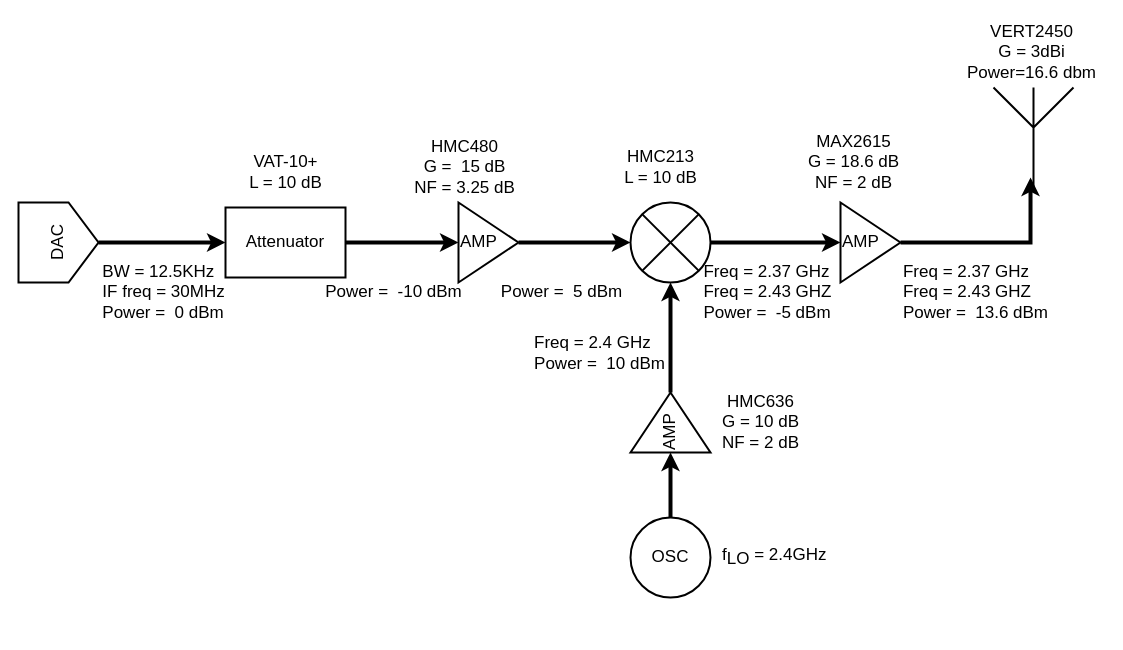
Before: transmitter.drawio in chenbin234/MCC125-Wireless-link-project, a draw.io diagram. Source tidied: cells renumbered, new cells numbered last; positions are measured from the earlier drawing's top-left corner, leaving out a move shared by most shapes. Both pictures are drawn from the tidied source at 100%, with x=0, y=0 at pixel (18, 17).
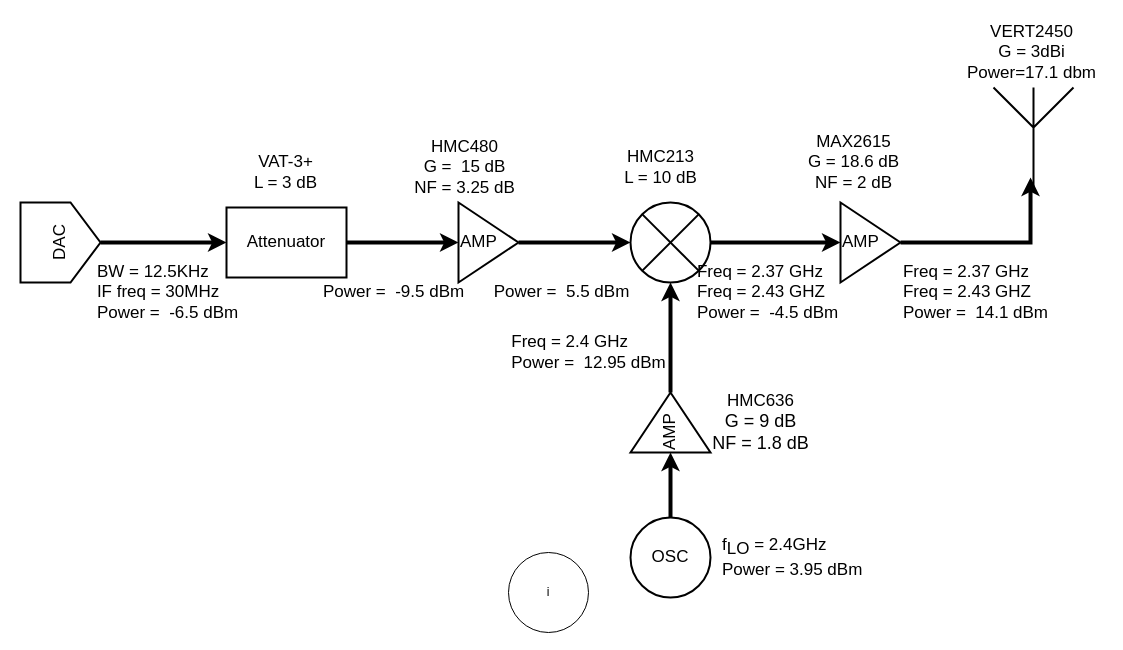
The same diagram, later.

Change to the diagram source:
```diff
@@
     <mxCell id="14" value="&lt;font style=&quot;font-size: 17px;&quot;&gt;DAC&lt;/font&gt;" style="shape=offPageConnector;whiteSpace=wrap;html=1;rotation=-90;strokeWidth=2;horizontal=1;verticalAlign=middle;fontSize=17;" parent="1" vertex="1">
-      <mxGeometry y="185" width="80" height="80" as="geometry" />
+      <mxGeometry x="2" y="185" width="80" height="80" as="geometry" />
     </mxCell>
-    <mxCell id="15" value="&lt;font style=&quot;font-size: 17px;&quot;&gt;f&lt;sub style=&quot;font-size: 17px;&quot;&gt;LO&lt;/sub&gt; = 2.4GHz&lt;/font&gt;" style="text;html=1;align=left;verticalAlign=middle;strokeColor=none;fillColor=none;fontSize=17;" parent="1" vertex="1">
-      <mxGeometry x="702" y="520" width="130" height="40" as="geometry" />
+    <mxCell id="15" value="&lt;font style=&quot;font-size: 17px;&quot;&gt;f&lt;sub style=&quot;font-size: 17px;&quot;&gt;LO&lt;/sub&gt; = 2.4GHz&lt;br&gt;Power = 3.95 dBm&lt;br&gt;&lt;/font&gt;" style="text;html=1;align=left;verticalAlign=middle;strokeColor=none;fillColor=none;fontSize=17;" parent="1" vertex="1">
+      <mxGeometry x="702" y="510" width="160" height="60" as="geometry" />
     </mxCell>
-    <mxCell id="16" value="&lt;div style=&quot;text-align: left; font-size: 17px;&quot;&gt;&lt;span style=&quot;background-color: initial; font-size: 17px;&quot;&gt;&lt;font style=&quot;font-size: 17px;&quot;&gt;BW = 12.5KHz&lt;/font&gt;&lt;/span&gt;&lt;/div&gt;&lt;div style=&quot;text-align: left; font-size: 17px;&quot;&gt;&lt;span style=&quot;background-color: initial; font-size: 17px;&quot;&gt;&lt;font style=&quot;font-size: 17px;&quot;&gt;IF freq = 30MHz&lt;/font&gt;&lt;/span&gt;&lt;/div&gt;&lt;div style=&quot;text-align: left; font-size: 17px;&quot;&gt;&lt;span style=&quot;background-color: initial; font-size: 17px;&quot;&gt;&lt;font style=&quot;font-size: 17px;&quot;&gt;Power =&amp;nbsp; 0 dBm&lt;/font&gt;&lt;/span&gt;&lt;/div&gt;" style="text;html=1;align=center;verticalAlign=middle;strokeColor=none;fillColor=none;fontSize=17;" parent="1" vertex="1">
-      <mxGeometry x="70" y="240" width="150" height="70" as="geometry" />
+    <mxCell id="16" value="&lt;div style=&quot;text-align: left; font-size: 17px;&quot;&gt;&lt;span style=&quot;background-color: initial; font-size: 17px;&quot;&gt;&lt;font style=&quot;font-size: 17px;&quot;&gt;BW = 12.5KHz&lt;/font&gt;&lt;/span&gt;&lt;/div&gt;&lt;div style=&quot;text-align: left; font-size: 17px;&quot;&gt;&lt;span style=&quot;background-color: initial; font-size: 17px;&quot;&gt;&lt;font style=&quot;font-size: 17px;&quot;&gt;IF freq = 30MHz&lt;/font&gt;&lt;/span&gt;&lt;/div&gt;&lt;div style=&quot;text-align: left; font-size: 17px;&quot;&gt;&lt;span style=&quot;background-color: initial; font-size: 17px;&quot;&gt;&lt;font style=&quot;font-size: 17px;&quot;&gt;Power =&amp;nbsp; -6.5 dBm&lt;/font&gt;&lt;/span&gt;&lt;/div&gt;" style="text;html=1;align=center;verticalAlign=middle;strokeColor=none;fillColor=none;fontSize=17;" parent="1" vertex="1">
+      <mxGeometry x="69" y="240" width="160" height="70" as="geometry" />
     </mxCell>
-    <mxCell id="17" value="&lt;div style=&quot;text-align: left; font-size: 17px;&quot;&gt;&lt;span style=&quot;background-color: initial; font-size: 17px;&quot;&gt;Freq = 2.37 GHz&lt;/span&gt;&lt;/div&gt;&lt;div style=&quot;text-align: left; font-size: 17px;&quot;&gt;&lt;span style=&quot;background-color: initial; font-size: 17px;&quot;&gt;Freq = 2.43 GHZ&lt;/span&gt;&lt;/div&gt;&lt;div style=&quot;text-align: left; font-size: 17px;&quot;&gt;&lt;span style=&quot;background-color: initial; font-size: 17px;&quot;&gt;&lt;font style=&quot;font-size: 17px;&quot;&gt;Power =&amp;nbsp; -5 dBm&lt;/font&gt;&lt;/span&gt;&lt;/div&gt;" style="text;html=1;align=center;verticalAlign=middle;strokeColor=none;fillColor=none;fontSize=17;" parent="1" vertex="1">
-      <mxGeometry x="674" y="240" width="150" height="70" as="geometry" />
+    <mxCell id="17" value="&lt;div style=&quot;text-align: left; font-size: 17px;&quot;&gt;&lt;span style=&quot;background-color: initial; font-size: 17px;&quot;&gt;Freq = 2.37 GHz&lt;/span&gt;&lt;/div&gt;&lt;div style=&quot;text-align: left; font-size: 17px;&quot;&gt;&lt;span style=&quot;background-color: initial; font-size: 17px;&quot;&gt;Freq = 2.43 GHZ&lt;/span&gt;&lt;/div&gt;&lt;div style=&quot;text-align: left; font-size: 17px;&quot;&gt;&lt;span style=&quot;background-color: initial; font-size: 17px;&quot;&gt;&lt;font style=&quot;font-size: 17px;&quot;&gt;Power =&amp;nbsp; -4.5 dBm&lt;/font&gt;&lt;/span&gt;&lt;/div&gt;" style="text;html=1;align=center;verticalAlign=middle;strokeColor=none;fillColor=none;fontSize=17;" parent="1" vertex="1">
+      <mxGeometry x="669" y="240" width="160" height="70" as="geometry" />
     </mxCell>
-    <mxCell id="18" value="HMC636&lt;br style=&quot;font-size: 17px;&quot;&gt;G = 10 dB&lt;br style=&quot;font-size: 17px;&quot;&gt;NF = 2 dB" style="text;html=1;align=center;verticalAlign=middle;strokeColor=none;fillColor=none;fontSize=17;" parent="1" vertex="1">
-      <mxGeometry x="692" y="370" width="100" height="70" as="geometry" />
+    <mxCell id="18" value="HMC636&lt;br style=&quot;border-color: var(--border-color); font-size: 18px;&quot;&gt;&lt;span style=&quot;font-size: 18px;&quot;&gt;G = 9 dB&lt;/span&gt;&lt;br style=&quot;border-color: var(--border-color); font-size: 18px;&quot;&gt;&lt;span style=&quot;font-size: 18px;&quot;&gt;NF = 1.8 dB&lt;/span&gt;" style="text;html=1;align=center;verticalAlign=middle;strokeColor=none;fillColor=none;fontSize=17;" parent="1" vertex="1">
+      <mxGeometry x="682" y="365" width="120" height="80" as="geometry" />
     </mxCell>
@@
-    <mxCell id="20" value="&lt;font style=&quot;font-size: 17px;&quot;&gt;VERT2450&lt;br style=&quot;font-size: 17px;&quot;&gt;G = 3dBi&lt;br&gt;Power=16.6 dbm&lt;br&gt;&lt;/font&gt;" style="text;html=1;align=center;verticalAlign=middle;strokeColor=none;fillColor=none;fontSize=17;" parent="1" vertex="1">
+    <mxCell id="20" value="&lt;font style=&quot;font-size: 17px;&quot;&gt;VERT2450&lt;br style=&quot;font-size: 17px;&quot;&gt;G = 3dBi&lt;br&gt;Power=17.1 dbm&lt;br&gt;&lt;/font&gt;" style="text;html=1;align=center;verticalAlign=middle;strokeColor=none;fillColor=none;fontSize=17;" parent="1" vertex="1">
       <mxGeometry x="938" width="150" height="70" as="geometry" />
     </mxCell>
@@
     <mxCell id="24" value="&lt;font style=&quot;font-size: 17px;&quot;&gt;Attenuator&lt;/font&gt;" style="rounded=0;whiteSpace=wrap;html=1;fontSize=17;strokeWidth=2;" parent="1" vertex="1">
-      <mxGeometry x="207" y="190" width="120" height="70" as="geometry" />
+      <mxGeometry x="208" y="190" width="120" height="70" as="geometry" />
     </mxCell>
-    <mxCell id="25" value="VAT-10+&lt;br style=&quot;font-size: 17px;&quot;&gt;L = 10 dB" style="text;html=1;align=center;verticalAlign=middle;strokeColor=none;fillColor=none;fontSize=17;" parent="1" vertex="1">
-      <mxGeometry x="217" y="130" width="100" height="50" as="geometry" />
+    <mxCell id="25" value="VAT-3+&lt;br style=&quot;font-size: 17px;&quot;&gt;L = 3 dB" style="text;html=1;align=center;verticalAlign=middle;strokeColor=none;fillColor=none;fontSize=17;" parent="1" vertex="1">
+      <mxGeometry x="222" y="130" width="90" height="50" as="geometry" />
     </mxCell>
-    <mxCell id="26" value="&lt;div style=&quot;text-align: left; font-size: 17px;&quot;&gt;&lt;span style=&quot;background-color: initial; font-size: 17px;&quot;&gt;Power =&amp;nbsp; 5 dBm&lt;/span&gt;&lt;br style=&quot;font-size: 17px;&quot;&gt;&lt;/div&gt;" style="text;html=1;align=center;verticalAlign=middle;strokeColor=none;fillColor=none;fontSize=17;" parent="1" vertex="1">
-      <mxGeometry x="473" y="260" width="140" height="30" as="geometry" />
+    <mxCell id="26" value="&lt;div style=&quot;text-align: left; font-size: 17px;&quot;&gt;&lt;span style=&quot;background-color: initial; font-size: 17px;&quot;&gt;Power =&amp;nbsp; 5.5 dBm&lt;/span&gt;&lt;br style=&quot;font-size: 17px;&quot;&gt;&lt;/div&gt;" style="text;html=1;align=center;verticalAlign=middle;strokeColor=none;fillColor=none;fontSize=17;" parent="1" vertex="1">
+      <mxGeometry x="463" y="260" width="160" height="30" as="geometry" />
     </mxCell>
-    <mxCell id="27" value="&lt;div style=&quot;text-align: left; font-size: 17px;&quot;&gt;&lt;span style=&quot;background-color: initial; font-size: 17px;&quot;&gt;Power =&amp;nbsp; -10 dBm&lt;/span&gt;&lt;br style=&quot;font-size: 17px;&quot;&gt;&lt;/div&gt;" style="text;html=1;align=center;verticalAlign=middle;strokeColor=none;fillColor=none;fontSize=17;" parent="1" vertex="1">
+    <mxCell id="27" value="&lt;div style=&quot;text-align: left; font-size: 17px;&quot;&gt;&lt;span style=&quot;background-color: initial; font-size: 17px;&quot;&gt;Power =&amp;nbsp; -9.5 dBm&lt;/span&gt;&lt;br style=&quot;font-size: 17px;&quot;&gt;&lt;/div&gt;" style="text;html=1;align=center;verticalAlign=middle;strokeColor=none;fillColor=none;fontSize=17;" parent="1" vertex="1">
       <mxGeometry x="295" y="260" width="160" height="30" as="geometry" />
     </mxCell>
-    <mxCell id="28" value="&lt;div style=&quot;text-align: left; font-size: 17px;&quot;&gt;&lt;span style=&quot;background-color: initial; font-size: 17px;&quot;&gt;Freq = 2.37 GHz&lt;/span&gt;&lt;/div&gt;&lt;div style=&quot;text-align: left; font-size: 17px;&quot;&gt;&lt;span style=&quot;background-color: initial; font-size: 17px;&quot;&gt;Freq = 2.43 GHZ&lt;/span&gt;&lt;/div&gt;&lt;div style=&quot;text-align: left; font-size: 17px;&quot;&gt;&lt;span style=&quot;background-color: initial; font-size: 17px;&quot;&gt;&lt;font style=&quot;font-size: 17px;&quot;&gt;Power =&amp;nbsp; 13.6 dBm&lt;/font&gt;&lt;/span&gt;&lt;/div&gt;" style="text;html=1;align=center;verticalAlign=middle;strokeColor=none;fillColor=none;fontSize=17;" parent="1" vertex="1">
+    <mxCell id="28" value="&lt;div style=&quot;text-align: left; font-size: 17px;&quot;&gt;&lt;span style=&quot;background-color: initial; font-size: 17px;&quot;&gt;Freq = 2.37 GHz&lt;/span&gt;&lt;/div&gt;&lt;div style=&quot;text-align: left; font-size: 17px;&quot;&gt;&lt;span style=&quot;background-color: initial; font-size: 17px;&quot;&gt;Freq = 2.43 GHZ&lt;/span&gt;&lt;/div&gt;&lt;div style=&quot;text-align: left; font-size: 17px;&quot;&gt;&lt;span style=&quot;background-color: initial; font-size: 17px;&quot;&gt;&lt;font style=&quot;font-size: 17px;&quot;&gt;Power =&amp;nbsp; 14.1 dBm&lt;/font&gt;&lt;/span&gt;&lt;/div&gt;" style="text;html=1;align=center;verticalAlign=middle;strokeColor=none;fillColor=none;fontSize=17;" parent="1" vertex="1">
       <mxGeometry x="872" y="240" width="170" height="70" as="geometry" />
     </mxCell>
-    <mxCell id="29" value="&lt;div style=&quot;text-align: left; font-size: 17px;&quot;&gt;&lt;span style=&quot;background-color: initial; font-size: 17px;&quot;&gt;Freq = 2.4 GHz&lt;/span&gt;&lt;/div&gt;&lt;div style=&quot;text-align: left; font-size: 17px;&quot;&gt;&lt;span style=&quot;background-color: initial; font-size: 17px;&quot;&gt;Power =&amp;nbsp; 10 dBm&lt;/span&gt;&lt;br style=&quot;font-size: 17px;&quot;&gt;&lt;/div&gt;" style="text;html=1;align=center;verticalAlign=middle;strokeColor=none;fillColor=none;fontSize=17;" parent="1" vertex="1">
-      <mxGeometry x="506" y="311" width="150" height="50" as="geometry" />
+    <mxCell id="29" value="&lt;div style=&quot;text-align: left; font-size: 17px;&quot;&gt;&lt;span style=&quot;background-color: initial; font-size: 17px;&quot;&gt;Freq = 2.4 GHz&lt;/span&gt;&lt;/div&gt;&lt;div style=&quot;text-align: left; font-size: 17px;&quot;&gt;&lt;span style=&quot;background-color: initial; font-size: 17px;&quot;&gt;Power =&amp;nbsp; 12.95 dBm&lt;/span&gt;&lt;br style=&quot;font-size: 17px;&quot;&gt;&lt;/div&gt;" style="text;html=1;align=center;verticalAlign=middle;strokeColor=none;fillColor=none;fontSize=17;" parent="1" vertex="1">
+      <mxGeometry x="480" y="310" width="180" height="50" as="geometry" />
     </mxCell>
+    <mxCell id="30" value="i" style="ellipse;whiteSpace=wrap;html=1;" parent="1" vertex="1">
+      <mxGeometry x="490" y="535" width="80" height="80" as="geometry" />
+    </mxCell>
```
